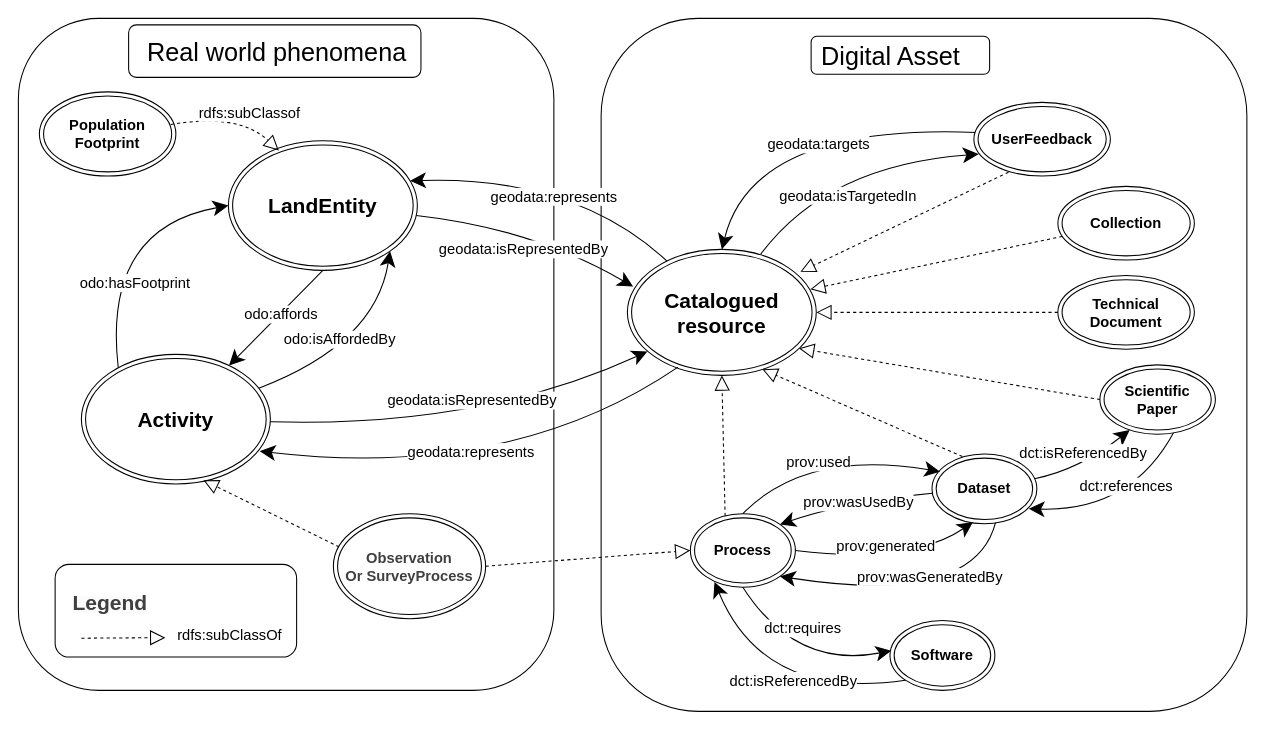
This is page "figure" (1 of 6) of docs/diagrams/model_KG_article_long.drawio from IntForOut/outdoorPressure, a draw.io file, before an edit. Source tidied: cells renumbered, new cells numbered last; positions are measured from the earlier drawing's top-left corner, leaving out a move shared by most shapes. Both pictures are drawn from the tidied source at 105%, with x=0, y=0 at pixel (18, 18).
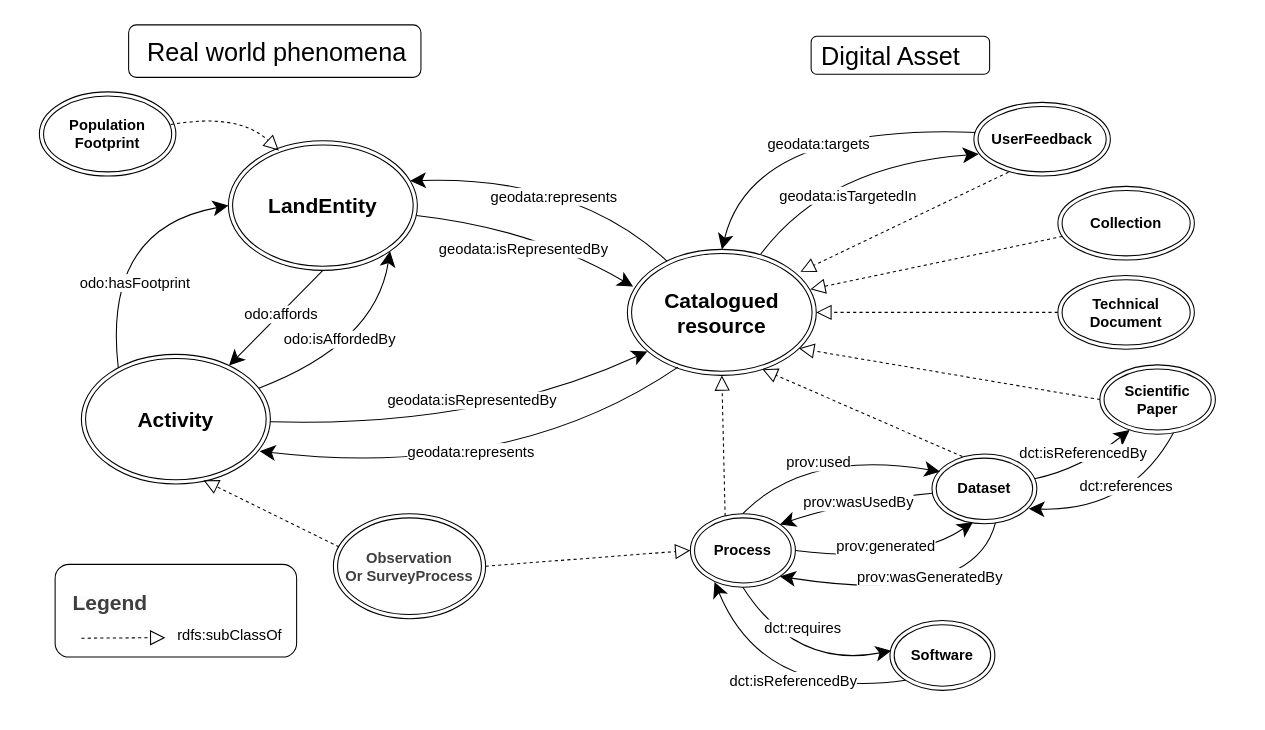
Above is the later version.

The change refers to these unchanged cells:
```xml
<mxCell id="66" style="edgeStyle=none;html=1;rounded=0;curved=1;dashed=1;endArrow=block;endFill=0;exitX=0.962;exitY=0.387;exitDx=0;exitDy=0;entryX=0.267;entryY=0.076;entryDx=0;entryDy=0;entryPerimeter=0;endSize=12;exitPerimeter=0;" parent="1" edge="1" source="65" target="38">
  <mxGeometry relative="1" as="geometry">
    <Array as="points">
      <mxPoint x="210" y="90" />
    </Array>
  </mxGeometry>
</mxCell>
```

The edit, as a diff of the source:
```diff
@@
-    <mxCell id="2" style="rounded=1;whiteSpace=wrap;html=1;fillColor=default;" parent="1" vertex="1">
-      <mxGeometry x="555" width="615" height="660" as="geometry" />
-    </mxCell>
-    <mxCell id="3" style="rounded=1;whiteSpace=wrap;html=1;fillColor=default;" parent="1" vertex="1">
-      <mxGeometry width="510" height="640" as="geometry" />
-    </mxCell>
@@
-    <mxCell id="67" value="&lt;font style=&quot;font-size: 14px;&quot;&gt;rdfs:subClassof&lt;/font&gt;" style="edgeLabel;html=1;align=center;verticalAlign=middle;fontSize=11;" parent="66" vertex="1">
-      <mxGeometry x="0.03" y="2" relative="1" as="geometry">
-        <mxPoint x="15" y="1" as="offset" />
-      </mxGeometry>
-    </mxCell>
```
